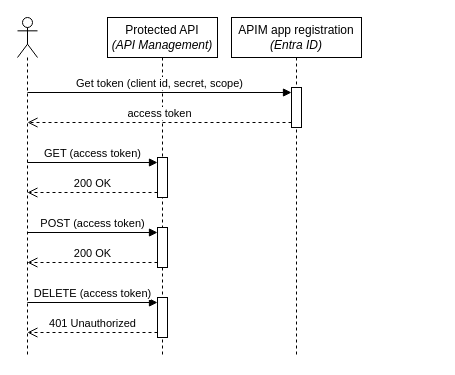
ronaldbosma/protect-apim-with-oauth keeps this draw.io diagram as page "sequence-diagram" (2 of 2) of images/diagrams.drawio. Above is the earlier version. Source tidied: cells renumbered, new cells numbered last; positions are measured from the earlier drawing's top-left corner, leaving out a move shared by most shapes. Both pictures are drawn from the tidied source at 100%, with x=0, y=0 at pixel (17, 17).
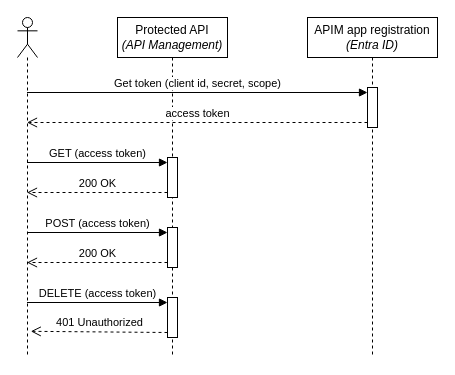
The same diagram, later.

Commit message (it also covers changes not shown here):
Make sequence diagram a little wider

The change refers to these unchanged cells:
```xml
<mxCell id="2" style="shape=umlLifeline;perimeter=lifelinePerimeter;whiteSpace=wrap;html=1;outlineConnect=0;portConstraint=eastwest;newEdgeStyle={&quot;curved&quot;:0,&quot;rounded&quot;:0};participant=umlActor;" parent="1" vertex="1">
  <mxGeometry width="20" height="340" as="geometry" />
</mxCell>
<mxCell id="4" style="html=1;points=[[0,0,0,0,5],[0,1,0,0,-5],[1,0,0,0,5],[1,1,0,0,-5]];perimeter=orthogonalPerimeter;outlineConnect=0;targetShapes=umlLifeline;portConstraint=eastwest;newEdgeStyle={&quot;curved&quot;:0,&quot;rounded&quot;:0};" parent="3" vertex="1">
  <mxGeometry x="50" y="140" width="10" height="40" as="geometry" />
</mxCell>
```

Diff of the diagram source:
```diff
@@
     <mxCell id="3" value="Protected API&lt;div&gt;&lt;i&gt;(API Management)&lt;/i&gt;&lt;/div&gt;" style="shape=umlLifeline;perimeter=lifelinePerimeter;whiteSpace=wrap;html=1;newEdgeStyle={&quot;curved&quot;:0,&quot;rounded&quot;:0};" parent="1" vertex="1">
-      <mxGeometry x="90" width="110" height="340" as="geometry" />
+      <mxGeometry x="100" width="110" height="340" as="geometry" />
     </mxCell>
@@
+    <mxCell id="7" style="html=1;points=[[0,0,0,0,5],[0,1,0,0,-5],[1,0,0,0,5],[1,1,0,0,-5]];perimeter=orthogonalPerimeter;outlineConnect=0;targetShapes=umlLifeline;portConstraint=eastwest;newEdgeStyle={&quot;curved&quot;:0,&quot;rounded&quot;:0};" parent="3" vertex="1">
+      <mxGeometry x="50" y="210" width="10" height="40" as="geometry" />
+    </mxCell>
+    <mxCell id="10" style="html=1;points=[[0,0,0,0,5],[0,1,0,0,-5],[1,0,0,0,5],[1,1,0,0,-5]];perimeter=orthogonalPerimeter;outlineConnect=0;targetShapes=umlLifeline;portConstraint=eastwest;newEdgeStyle={&quot;curved&quot;:0,&quot;rounded&quot;:0};" parent="3" vertex="1">
+      <mxGeometry x="50" y="280" width="10" height="40" as="geometry" />
+    </mxCell>
+    <mxCell id="13" value="APIM app registration&lt;div&gt;&lt;i&gt;(Entra ID)&lt;/i&gt;&lt;/div&gt;" style="shape=umlLifeline;perimeter=lifelinePerimeter;whiteSpace=wrap;html=1;newEdgeStyle={&quot;curved&quot;:0,&quot;rounded&quot;:0};" parent="1" vertex="1">
+      <mxGeometry x="290" width="130" height="340" as="geometry" />
+    </mxCell>
+    <mxCell id="14" style="html=1;points=[[0,0,0,0,5],[0,1,0,0,-5],[1,0,0,0,5],[1,1,0,0,-5]];perimeter=orthogonalPerimeter;outlineConnect=0;targetShapes=umlLifeline;portConstraint=eastwest;newEdgeStyle={&quot;curved&quot;:0,&quot;rounded&quot;:0};" parent="13" vertex="1">
+      <mxGeometry x="60" y="70" width="10" height="40" as="geometry" />
+    </mxCell>
-    <mxCell id="5" value="GET (access token)" style="html=1;verticalAlign=bottom;endArrow=block;curved=0;rounded=0;entryX=0;entryY=0;entryDx=0;entryDy=5;" parent="3" edge="1" target="4">
-      <mxGeometry relative="1" as="geometry">
-        <mxPoint x="-80.1" y="145" as="sourcePoint" />
-      </mxGeometry>
+    <mxCell id="5" value="GET (access token)" style="html=1;verticalAlign=bottom;endArrow=block;curved=0;rounded=0;entryX=0;entryY=0;entryDx=0;entryDy=5;" parent="1" edge="1" source="2" target="4">
+      <mxGeometry relative="1" as="geometry" />
     </mxCell>
-    <mxCell id="6" value="200 OK" style="html=1;verticalAlign=bottom;endArrow=open;dashed=1;endSize=8;curved=0;rounded=0;exitX=0;exitY=1;exitDx=0;exitDy=-5;" parent="3" edge="1" source="4">
-      <mxGeometry relative="1" as="geometry">
-        <mxPoint x="-80.1" y="175" as="targetPoint" />
-      </mxGeometry>
+    <mxCell id="6" value="200 OK" style="html=1;verticalAlign=bottom;endArrow=open;dashed=1;endSize=8;curved=0;rounded=0;exitX=0;exitY=1;exitDx=0;exitDy=-5;" parent="1" edge="1" source="4" target="2">
+      <mxGeometry relative="1" as="geometry" />
     </mxCell>
-    <mxCell id="7" style="html=1;points=[[0,0,0,0,5],[0,1,0,0,-5],[1,0,0,0,5],[1,1,0,0,-5]];perimeter=orthogonalPerimeter;outlineConnect=0;targetShapes=umlLifeline;portConstraint=eastwest;newEdgeStyle={&quot;curved&quot;:0,&quot;rounded&quot;:0};" parent="3" vertex="1">
-      <mxGeometry x="50" y="210" width="10" height="40" as="geometry" />
-    </mxCell>
-    <mxCell id="8" value="POST (access token)" style="html=1;verticalAlign=bottom;endArrow=block;curved=0;rounded=0;entryX=0;entryY=0;entryDx=0;entryDy=5;" parent="3" edge="1" target="7">
-      <mxGeometry relative="1" as="geometry">
-        <mxPoint x="-80.1" y="215" as="sourcePoint" />
-      </mxGeometry>
+    <mxCell id="8" value="POST (access token)" style="html=1;verticalAlign=bottom;endArrow=block;curved=0;rounded=0;entryX=0;entryY=0;entryDx=0;entryDy=5;" parent="1" edge="1" source="2" target="7">
+      <mxGeometry relative="1" as="geometry" />
     </mxCell>
-    <mxCell id="9" value="200 OK" style="html=1;verticalAlign=bottom;endArrow=open;dashed=1;endSize=8;curved=0;rounded=0;exitX=0;exitY=1;exitDx=0;exitDy=-5;" parent="3" edge="1" source="7">
-      <mxGeometry relative="1" as="geometry">
-        <mxPoint x="-80.1" y="245" as="targetPoint" />
-      </mxGeometry>
+    <mxCell id="9" value="200 OK" style="html=1;verticalAlign=bottom;endArrow=open;dashed=1;endSize=8;curved=0;rounded=0;exitX=0;exitY=1;exitDx=0;exitDy=-5;" parent="1" edge="1" source="7" target="2">
+      <mxGeometry relative="1" as="geometry" />
     </mxCell>
-    <mxCell id="10" style="html=1;points=[[0,0,0,0,5],[0,1,0,0,-5],[1,0,0,0,5],[1,1,0,0,-5]];perimeter=orthogonalPerimeter;outlineConnect=0;targetShapes=umlLifeline;portConstraint=eastwest;newEdgeStyle={&quot;curved&quot;:0,&quot;rounded&quot;:0};" parent="3" vertex="1">
-      <mxGeometry x="50" y="280" width="10" height="40" as="geometry" />
-    </mxCell>
-    <mxCell id="11" value="DELETE (access token)" style="html=1;verticalAlign=bottom;endArrow=block;curved=0;rounded=0;entryX=0;entryY=0;entryDx=0;entryDy=5;" parent="3" edge="1" target="10">
-      <mxGeometry relative="1" as="geometry">
-        <mxPoint x="-80.1" y="285" as="sourcePoint" />
-      </mxGeometry>
+    <mxCell id="11" value="DELETE (access token)" style="html=1;verticalAlign=bottom;endArrow=block;curved=0;rounded=0;entryX=0;entryY=0;entryDx=0;entryDy=5;" parent="1" edge="1" source="2" target="10">
+      <mxGeometry relative="1" as="geometry" />
     </mxCell>
-    <mxCell id="12" value="401 Unauthorized" style="html=1;verticalAlign=bottom;endArrow=open;dashed=1;endSize=8;curved=0;rounded=0;exitX=0;exitY=1;exitDx=0;exitDy=-5;" parent="3" edge="1" source="10">
-      <mxGeometry relative="1" as="geometry">
-        <mxPoint x="-80.1" y="315" as="targetPoint" />
-      </mxGeometry>
+    <mxCell id="12" value="401 Unauthorized" style="html=1;verticalAlign=bottom;endArrow=open;dashed=1;endSize=8;curved=0;rounded=0;exitX=0;exitY=1;exitDx=0;exitDy=-5;entryX=0.664;entryY=0.923;entryDx=0;entryDy=0;entryPerimeter=0;" parent="1" edge="1" source="10" target="2">
+      <mxGeometry relative="1" as="geometry" />
     </mxCell>
-    <mxCell id="13" value="APIM app registration&lt;div&gt;&lt;i&gt;(Entra ID)&lt;/i&gt;&lt;/div&gt;" style="shape=umlLifeline;perimeter=lifelinePerimeter;whiteSpace=wrap;html=1;newEdgeStyle={&quot;curved&quot;:0,&quot;rounded&quot;:0};" parent="1" vertex="1">
-      <mxGeometry x="214" width="130" height="340" as="geometry" />
-    </mxCell>
-    <mxCell id="14" style="html=1;points=[[0,0,0,0,5],[0,1,0,0,-5],[1,0,0,0,5],[1,1,0,0,-5]];perimeter=orthogonalPerimeter;outlineConnect=0;targetShapes=umlLifeline;portConstraint=eastwest;newEdgeStyle={&quot;curved&quot;:0,&quot;rounded&quot;:0};" parent="13" vertex="1">
-      <mxGeometry x="60" y="70" width="10" height="40" as="geometry" />
-    </mxCell>
-    <mxCell id="15" value="Get token (client id, secret, scope)" style="html=1;verticalAlign=bottom;endArrow=block;curved=0;rounded=0;entryX=0;entryY=0;entryDx=0;entryDy=5;" parent="13" edge="1" target="14">
-      <mxGeometry relative="1" as="geometry">
-        <mxPoint x="-204" y="75" as="sourcePoint" />
-      </mxGeometry>
+    <mxCell id="15" value="Get token (client id, secret, scope)" style="html=1;verticalAlign=bottom;endArrow=block;curved=0;rounded=0;entryX=0;entryY=0;entryDx=0;entryDy=5;" parent="1" edge="1" source="2" target="14">
+      <mxGeometry relative="1" as="geometry" />
     </mxCell>
-    <mxCell id="16" value="access token" style="html=1;verticalAlign=bottom;endArrow=open;dashed=1;endSize=8;curved=0;rounded=0;exitX=0;exitY=1;exitDx=0;exitDy=-5;" parent="13" edge="1" source="14">
-      <mxGeometry relative="1" as="geometry">
-        <mxPoint x="-204" y="105" as="targetPoint" />
-      </mxGeometry>
+    <mxCell id="16" value="access token" style="html=1;verticalAlign=bottom;endArrow=open;dashed=1;endSize=8;curved=0;rounded=0;exitX=0;exitY=1;exitDx=0;exitDy=-5;" parent="1" edge="1" source="14" target="2">
+      <mxGeometry relative="1" as="geometry" />
     </mxCell>
```
